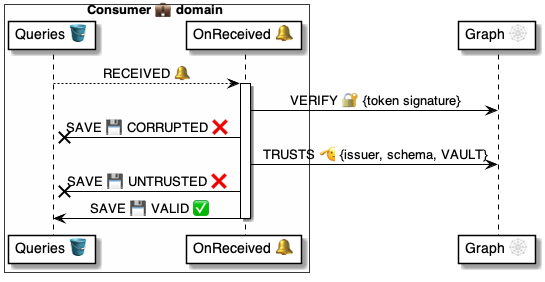
Earlier version of the PlantUML export 4 ⚙️ Solution/41 🎭 Domain Roles/Consumers 💼/💼🪣 Consumer tables/Queries 🗄️ table/🪣🧱 31 Received 🔔 event/💼 OnQueryReceived ⚙️ uml.png (pollyweb-org/pollyweb-docs). Its source is kept beside it as 4 ⚙️ Solution/41 🎭 Domain Roles/Consumers 💼/💼🪣 Consumer tables/Queries 🗄️ table/🪣🧱 31 Received 🔔 event/💼 OnQueryReceived ⚙️ uml.puml.
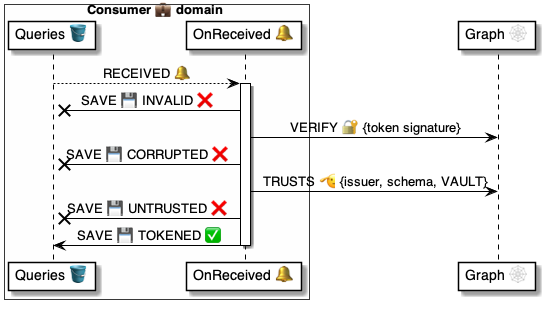
The same file after the commit.

Change to the diagram source:
```diff
@@ -9,11 +9,12 @@
 table --> handler: RECEIVED 🔔
 
 activate handler
+    handler -x table: SAVE 💾 INVALID ❌
     handler -> graph: VERIFY 🔐 {token signature}
     handler -x table: SAVE 💾 CORRUPTED ❌
     handler -> graph: TRUSTS 🫡 {issuer, schema, VAULT}
     handler -x table: SAVE 💾 UNTRUSTED ❌
-    handler -> table: SAVE 💾 VALID ✅
+    handler -> table: SAVE 💾 TOKENED ✅
 
 
 deactivate handler
```
